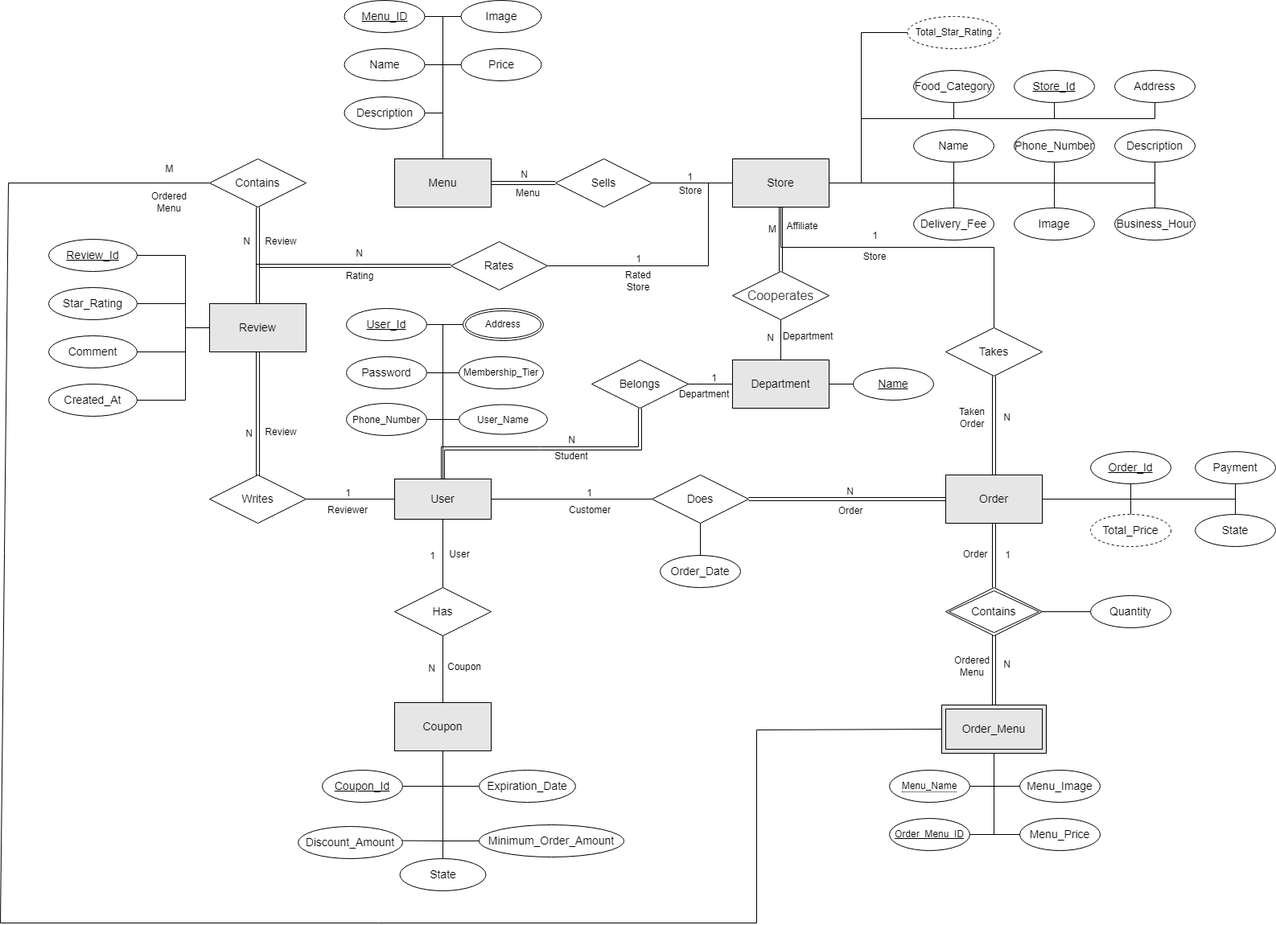
The draw.io diagram docs/diagrams/entity_relationship/entity_relationship.png in scv1702/delivery-king-hobanwoo, before a commit. Source tidied: cells renumbered, new cells last; positions are measured from the earlier drawing's top-left corner, leaving out a move shared by most shapes.
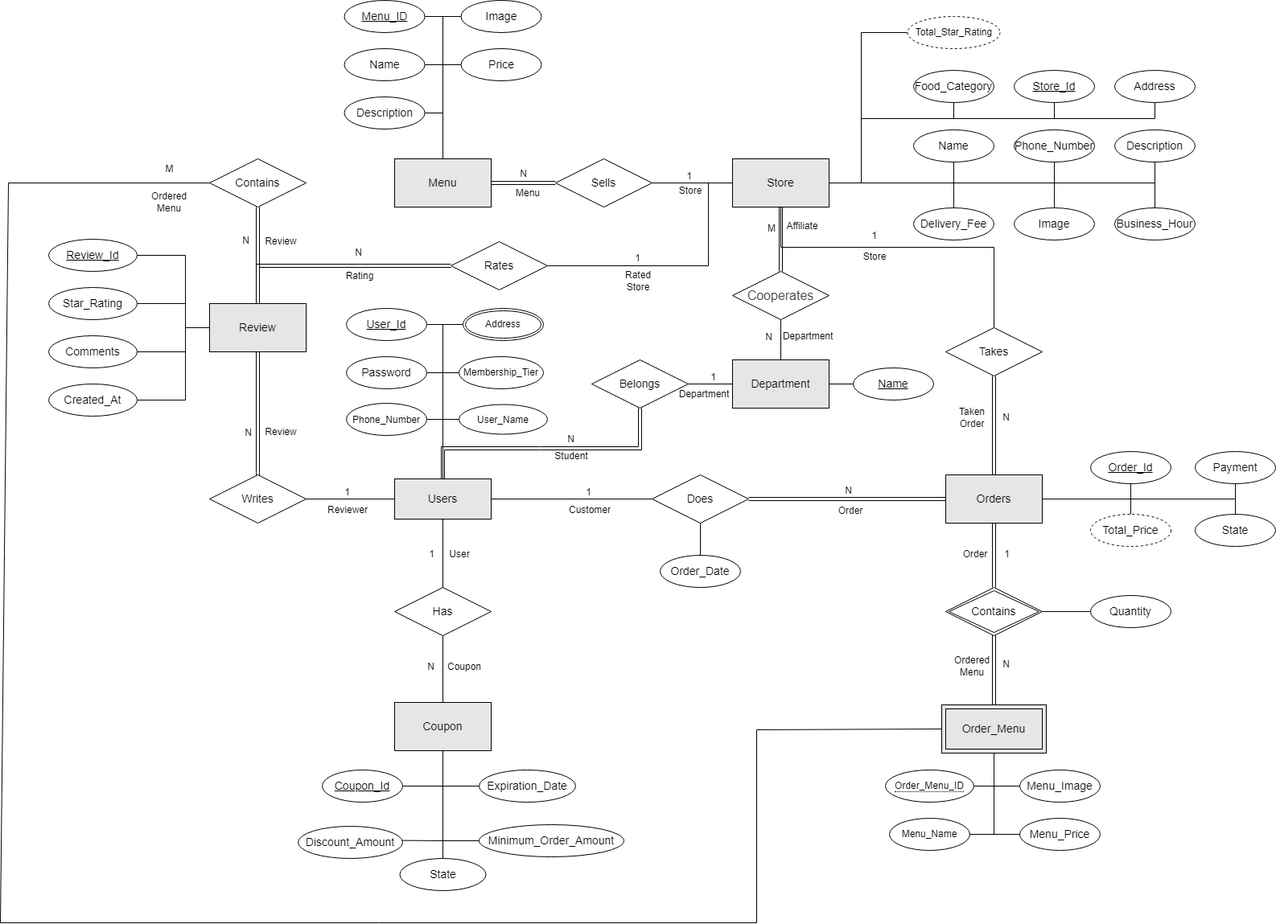
Above is the later version.

Commit message:
Feat: Modify order_menu, contains relation

Diff of the diagram source:
```diff
@@ -2,7 +2,7 @@
   <root>
     <mxCell id="0" />
     <mxCell id="1" parent="0" />
-    <mxCell id="2" value="&lt;font style=&quot;font-size: 14px;&quot;&gt;Order&lt;/font&gt;" style="rounded=0;whiteSpace=wrap;html=1;fillColor=#E6E6E6;" parent="1" vertex="1">
+    <mxCell id="2" value="&lt;font style=&quot;font-size: 14px;&quot;&gt;Orders&lt;/font&gt;" style="rounded=0;whiteSpace=wrap;html=1;fillColor=#E6E6E6;" parent="1" vertex="1">
       <mxGeometry x="1175" y="590" width="120" height="60" as="geometry" />
     </mxCell>
     <mxCell id="3" value="Order_Date" style="ellipse;whiteSpace=wrap;html=1;align=center;fontSize=14;" parent="1" vertex="1">
@@ -11,7 +11,7 @@
     <mxCell id="4" value="Order_Id" style="ellipse;whiteSpace=wrap;html=1;align=center;fontStyle=4;fontSize=14;" parent="1" vertex="1">
       <mxGeometry x="1355" y="561" width="100" height="40" as="geometry" />
     </mxCell>
-    <mxCell id="5" value="&lt;span style=&quot;font-size: 14px;&quot;&gt;User&lt;br&gt;&lt;/span&gt;" style="rounded=0;whiteSpace=wrap;html=1;fillColor=#E6E6E6;" parent="1" vertex="1">
+    <mxCell id="5" value="&lt;span style=&quot;font-size: 14px;&quot;&gt;Users&lt;br&gt;&lt;/span&gt;" style="rounded=0;whiteSpace=wrap;html=1;fillColor=#E6E6E6;" parent="1" vertex="1">
       <mxGeometry x="490" y="595" width="120" height="50" as="geometry" />
     </mxCell>
     <mxCell id="6" value="User_Id" style="ellipse;whiteSpace=wrap;html=1;align=center;fontStyle=4;fontSize=14;" parent="1" vertex="1">
@@ -23,7 +23,7 @@
     <mxCell id="8" value="&lt;span style=&quot;font-size: 14px;&quot;&gt;Review&lt;/span&gt;" style="rounded=0;whiteSpace=wrap;html=1;fillColor=#E6E6E6;" parent="1" vertex="1">
       <mxGeometry x="260" y="377" width="120" height="60" as="geometry" />
     </mxCell>
-    <mxCell id="9" value="Comment" style="ellipse;whiteSpace=wrap;html=1;align=center;fontSize=14;" parent="1" vertex="1">
+    <mxCell id="9" value="Comments" style="ellipse;whiteSpace=wrap;html=1;align=center;fontSize=14;" parent="1" vertex="1">
       <mxGeometry x="60" y="417" width="110" height="40" as="geometry" />
     </mxCell>
     <mxCell id="10" value="Menu" style="whiteSpace=wrap;html=1;fontSize=14;fillColor=#E6E6E6;" parent="1" vertex="1">
@@ -404,8 +404,9 @@
         </Array>
       </mxGeometry>
     </mxCell>
-    <mxCell id="85" style="endArrow=none;html=1;rounded=0;fontSize=14;entryX=1;entryY=0.5;entryDx=0;entryDy=0;exitX=0.5;exitY=1;exitDx=0;exitDy=0;" parent="1" edge="1" source="37" target="156">
+    <mxCell id="85" style="endArrow=none;html=1;rounded=0;fontSize=14;entryX=1;entryY=0.5;entryDx=0;entryDy=0;exitX=0.5;exitY=1;exitDx=0;exitDy=0;" parent="1" edge="1" source="37">
       <mxGeometry relative="1" as="geometry">
+        <mxPoint x="1205" y="977" as="targetPoint" />
         <Array as="points">
           <mxPoint x="1235" y="977" />
         </Array>
@@ -689,9 +690,6 @@
         </Array>
       </mxGeometry>
     </mxCell>
-    <mxCell id="156" value="&lt;span style=&quot;border-bottom: 1px dotted&quot;&gt;Menu_Name&lt;/span&gt;" style="ellipse;whiteSpace=wrap;html=1;align=center;" parent="1" vertex="1">
-      <mxGeometry x="1105" y="957" width="100" height="40" as="geometry" />
-    </mxCell>
     <mxCell id="157" value="State" style="ellipse;whiteSpace=wrap;html=1;align=center;fontSize=14;" parent="1" vertex="1">
       <mxGeometry x="496.5" y="1067" width="107" height="40" as="geometry" />
     </mxCell>
@@ -715,7 +713,7 @@
     <mxCell id="161" value="M" style="text;html=1;align=center;verticalAlign=middle;strokeColor=none;fillColor=none;" parent="1" vertex="1">
       <mxGeometry x="195" y="195" width="30" height="30" as="geometry" />
     </mxCell>
-    <mxCell id="162" value="&lt;u&gt;Order_Menu_ID&lt;/u&gt;" style="ellipse;whiteSpace=wrap;html=1;align=center;" parent="1" vertex="1">
+    <mxCell id="162" value="Menu_Name" style="ellipse;whiteSpace=wrap;html=1;align=center;" parent="1" vertex="1">
       <mxGeometry x="1105" y="1017" width="100" height="40" as="geometry" />
     </mxCell>
     <mxCell id="163" style="endArrow=none;html=1;rounded=0;exitX=1;exitY=0.5;exitDx=0;exitDy=0;" parent="1" edge="1" source="162">
@@ -733,5 +731,8 @@
         </Array>
       </mxGeometry>
     </mxCell>
+    <mxCell id="166" value="&lt;span style=&quot;border-bottom: 1px dotted&quot;&gt;Order_Menu_ID&lt;/span&gt;" style="ellipse;whiteSpace=wrap;html=1;align=center;" parent="1" vertex="1">
+      <mxGeometry x="1100" y="957" width="110" height="40" as="geometry" />
+    </mxCell>
   </root>
 </mxGraphModel>
```
